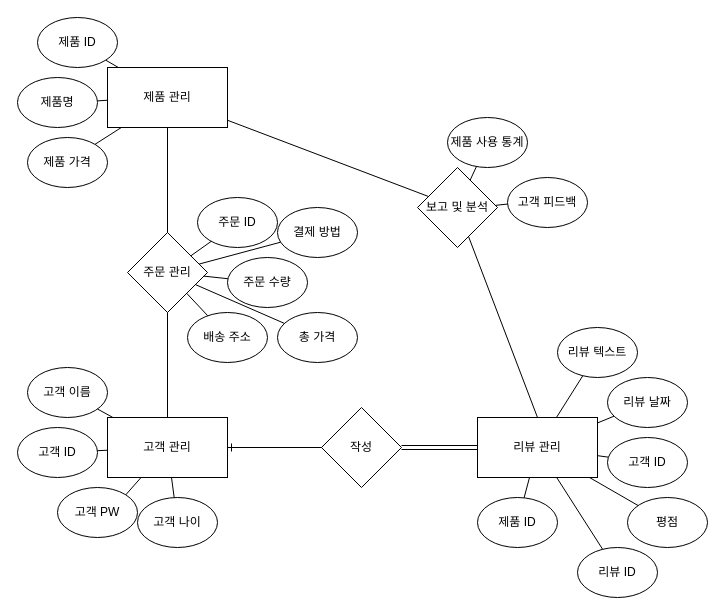
The draw.io diagram shopping_ERdiagram.drawio in yj1508/S_db_ERdiagram, before the edit. Source tidied: cells renumbered, new cells numbered last; positions are measured from the earlier drawing's top-left corner, leaving out a move shared by most shapes. Both pictures are drawn from the tidied source at 100%, with x=0, y=0 at pixel (17, 17).
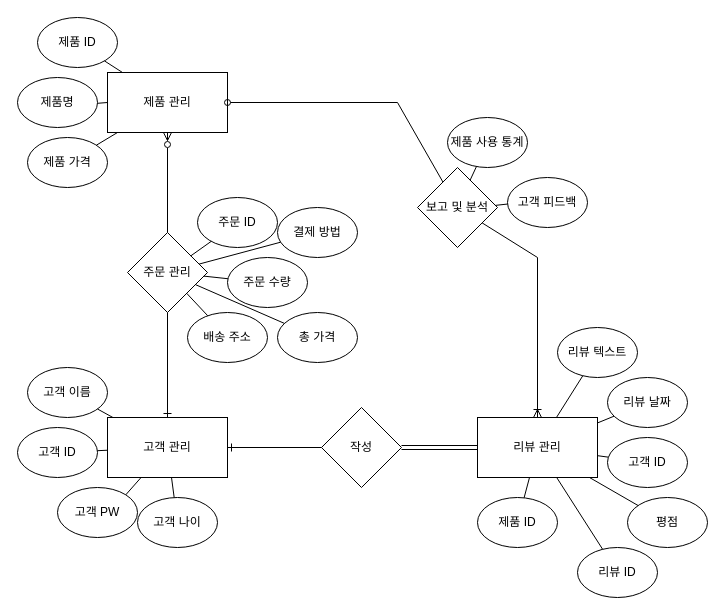
After the change.

The change refers to these unchanged cells:
```xml
<mxCell id="2" value="고객 관리" style="rounded=0;whiteSpace=wrap;html=1;" parent="1" vertex="1">
  <mxGeometry x="90" y="400" width="120" height="60" as="geometry" />
</mxCell>
<mxCell id="4" value="주문 관리" style="rhombus;whiteSpace=wrap;html=1;" parent="1" vertex="1">
  <mxGeometry x="110" y="215" width="80" height="80" as="geometry" />
</mxCell>
<mxCell id="17" value="리뷰 관리" style="rounded=0;whiteSpace=wrap;html=1;" parent="1" vertex="1">
  <mxGeometry x="460" y="400" width="120" height="60" as="geometry" />
</mxCell>
<mxCell id="27" value="보고 및 분석" style="rhombus;whiteSpace=wrap;html=1;" parent="1" vertex="1">
  <mxGeometry x="400" y="150" width="80" height="80" as="geometry" />
</mxCell>
```

What changed in the source:
```diff
@@
     <mxCell id="3" value="제품 관리" style="rounded=0;whiteSpace=wrap;html=1;" parent="1" vertex="1">
-      <mxGeometry x="90" y="50" width="120" height="60" as="geometry" />
+      <mxGeometry x="90" y="55" width="120" height="60" as="geometry" />
     </mxCell>
@@
-    <mxCell id="28" style="endArrow=none;html=1;rounded=0;entryX=0.5;entryY=0;entryDx=0;entryDy=0;" parent="1" edge="1" source="27" target="17">
-      <mxGeometry relative="1" as="geometry" />
+    <mxCell id="28" style="endArrow=ERoneToMany;html=1;rounded=0;entryX=0.5;entryY=0;entryDx=0;entryDy=0;endFill=0;" parent="1" edge="1" source="27" target="17">
+      <mxGeometry relative="1" as="geometry">
+        <Array as="points">
+          <mxPoint x="520" y="240" />
+        </Array>
+      </mxGeometry>
     </mxCell>
-    <mxCell id="29" style="endArrow=none;html=1;rounded=0;" parent="1" edge="1" source="3" target="27">
-      <mxGeometry relative="1" as="geometry" />
+    <mxCell id="29" style="endArrow=none;html=1;rounded=0;startArrow=oval;startFill=0;" parent="1" edge="1" source="3" target="27">
+      <mxGeometry relative="1" as="geometry">
+        <Array as="points">
+          <mxPoint x="380" y="85" />
+        </Array>
+      </mxGeometry>
     </mxCell>
-    <mxCell id="30" style="endArrow=none;html=1;rounded=0;" parent="1" edge="1" source="3" target="4">
+    <mxCell id="30" style="endArrow=none;html=1;rounded=0;startArrow=ERzeroToMany;startFill=0;" parent="1" edge="1" source="3" target="4">
       <mxGeometry relative="1" as="geometry" />
     </mxCell>
-    <mxCell id="31" style="endArrow=none;html=1;rounded=0;" parent="1" edge="1" source="4" target="2">
+    <mxCell id="31" style="endArrow=ERone;html=1;rounded=0;endFill=0;" parent="1" edge="1" source="4" target="2">
       <mxGeometry relative="1" as="geometry" />
     </mxCell>
```
